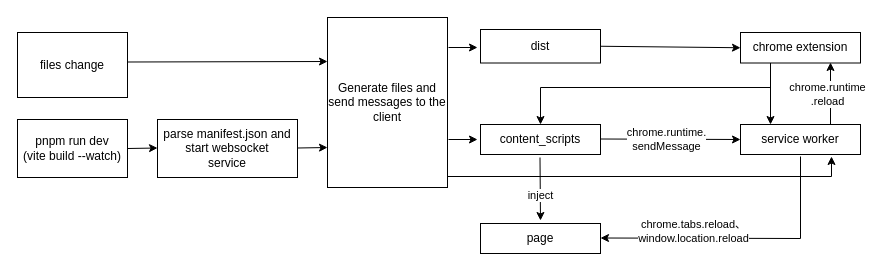
Earlier version of the draw.io diagram docs/workflow.drawio (Jervis2049/vite-plugin-crx-mv3). Source tidied: cells renumbered, new cells numbered last; positions are measured from the earlier drawing's top-left corner, leaving out a move shared by most shapes. Both pictures are drawn from the tidied source at 100%, with x=0, y=0 at pixel (17, 17).
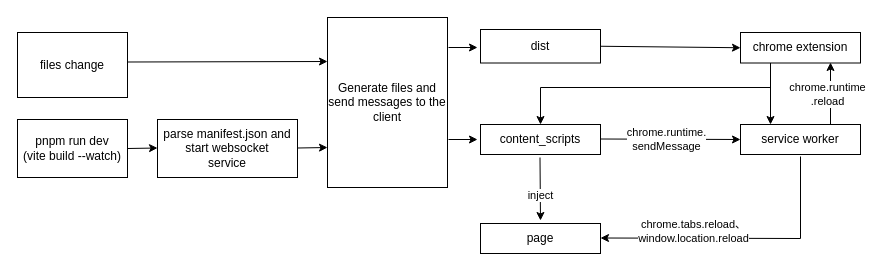
The same page after the edit.

Change to the diagram source:
```diff
@@
-    <mxCell id="27" style="edgeStyle=segmentEdgeStyle;endArrow=classic;html=1;rounded=0;exitX=1;exitY=0.941;exitDx=0;exitDy=0;exitPerimeter=0;" parent="1" edge="1">
-      <mxGeometry relative="1" as="geometry">
-        <mxPoint x="430" y="159" as="sourcePoint" />
-        <mxPoint x="814" y="139" as="targetPoint" />
-      </mxGeometry>
-    </mxCell>
```
